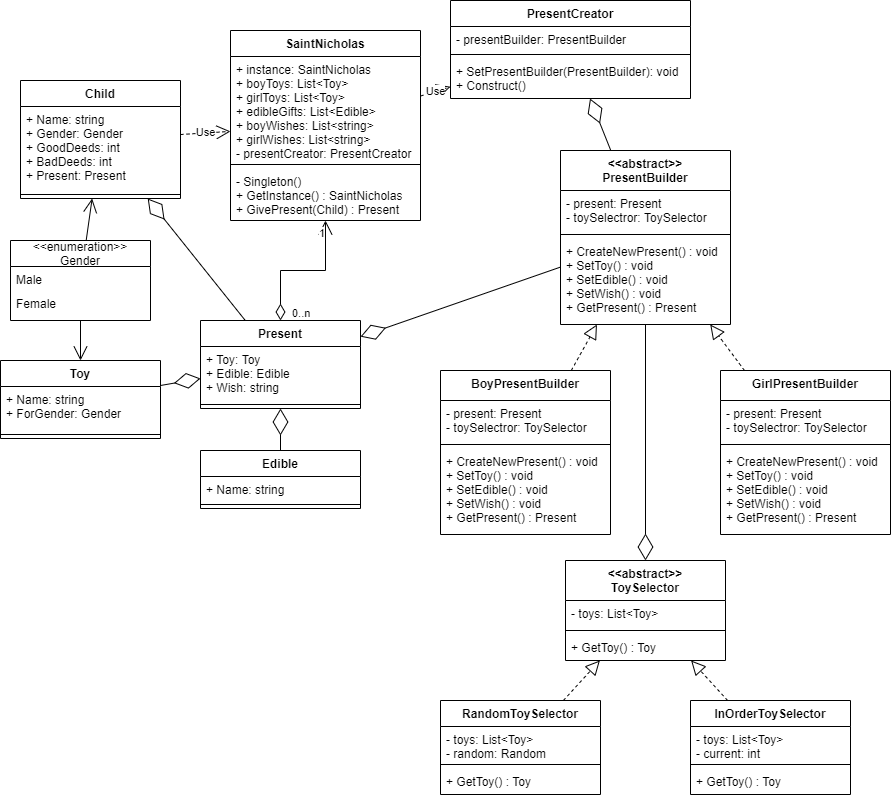
Before: diagram.png, a diagram exported from draw.io (Roman-Sykhyi/Software-Development-School-Task-11). Source tidied: cells renumbered, new cells last; positions are measured from the earlier drawing's top-left corner, leaving out a move shared by most shapes. Its diagram source:
```xml
<mxGraphModel>
  <root>
    <mxCell id="0" />
    <mxCell id="1" parent="0" />
    <mxCell id="2" value="SaintNicholas" style="swimlane;fontStyle=1;align=center;verticalAlign=top;horizontal=1;startSize=26;" parent="1" vertex="1">
      <mxGeometry x="230" y="30" width="190" height="190" as="geometry" />
    </mxCell>
    <mxCell id="3" value="+ instance: SaintNicholas&#10;+ boyToys: List&lt;Toy&gt;&#10;+ girlToys: List&lt;Toy&gt;&#10;+ edibleGifts: List&lt;Edible&gt;&#10;+ boyWishes: List&lt;string&gt;&#10;+ girlWishes: List&lt;string&gt;&#10;- presentCreator: PresentCreator" style="text;strokeColor=none;fillColor=none;align=left;verticalAlign=top;spacingLeft=4;spacingRight=4;overflow=hidden;" parent="2" vertex="1">
      <mxGeometry y="26" width="190" height="104" as="geometry" />
    </mxCell>
    <mxCell id="4" style="line;strokeWidth=1;fillColor=none;align=left;verticalAlign=middle;spacingTop=-1;spacingLeft=3;spacingRight=3;labelPosition=right;" parent="2" vertex="1">
      <mxGeometry y="130" width="190" height="8" as="geometry" />
    </mxCell>
    <mxCell id="5" value="- Singleton()&#10;+ GetInstance() : SaintNicholas&#10;+ GivePresent(Child) : Present" style="text;strokeColor=none;fillColor=none;align=left;verticalAlign=top;spacingLeft=4;spacingRight=4;overflow=hidden;" parent="2" vertex="1">
      <mxGeometry y="138" width="190" height="52" as="geometry" />
    </mxCell>
    <mxCell id="6" value="Child" style="swimlane;fontStyle=1;align=center;verticalAlign=top;horizontal=1;startSize=26;" parent="1" vertex="1">
      <mxGeometry x="20" y="80" width="160" height="118" as="geometry" />
    </mxCell>
    <mxCell id="7" value="+ Name: string&#10;+ Gender: Gender&#10;+ GoodDeeds: int&#10;+ BadDeeds: int&#10;+ Present: Present" style="text;strokeColor=none;fillColor=none;align=left;verticalAlign=top;spacingLeft=4;spacingRight=4;overflow=hidden;" parent="6" vertex="1">
      <mxGeometry y="26" width="160" height="84" as="geometry" />
    </mxCell>
    <mxCell id="8" style="line;strokeWidth=1;fillColor=none;align=left;verticalAlign=middle;spacingTop=-1;spacingLeft=3;spacingRight=3;labelPosition=right;" parent="6" vertex="1">
      <mxGeometry y="110" width="160" height="8" as="geometry" />
    </mxCell>
    <mxCell id="9" value="&lt;&lt;enumeration&gt;&gt;&#10;Gender" style="swimlane;fontStyle=0;horizontal=1;startSize=26;fillColor=none;" parent="1" vertex="1">
      <mxGeometry x="10" y="240" width="140" height="80" as="geometry" />
    </mxCell>
    <mxCell id="10" value="Male" style="text;strokeColor=none;fillColor=none;align=left;verticalAlign=top;spacingLeft=4;spacingRight=4;overflow=hidden;" parent="9" vertex="1">
      <mxGeometry y="26" width="140" height="24" as="geometry" />
    </mxCell>
    <mxCell id="11" value="Female" style="text;strokeColor=none;fillColor=none;align=left;verticalAlign=top;spacingLeft=4;spacingRight=4;overflow=hidden;" parent="9" vertex="1">
      <mxGeometry y="50" width="140" height="30" as="geometry" />
    </mxCell>
    <mxCell id="12" value="Present" style="swimlane;fontStyle=1;align=center;verticalAlign=top;horizontal=1;startSize=26;" parent="1" vertex="1">
      <mxGeometry x="200" y="320" width="160" height="88" as="geometry" />
    </mxCell>
    <mxCell id="13" value="+ Toy: Toy&#10;+ Edible: Edible&#10;+ Wish: string" style="text;strokeColor=none;fillColor=none;align=left;verticalAlign=top;spacingLeft=4;spacingRight=4;overflow=hidden;" parent="12" vertex="1">
      <mxGeometry y="26" width="160" height="54" as="geometry" />
    </mxCell>
    <mxCell id="14" style="line;strokeWidth=1;fillColor=none;align=left;verticalAlign=middle;spacingTop=-1;spacingLeft=3;spacingRight=3;labelPosition=right;" parent="12" vertex="1">
      <mxGeometry y="80" width="160" height="8" as="geometry" />
    </mxCell>
    <mxCell id="15" value="Toy" style="swimlane;fontStyle=1;align=center;verticalAlign=top;horizontal=1;startSize=26;" parent="1" vertex="1">
      <mxGeometry y="360" width="160" height="78" as="geometry" />
    </mxCell>
    <mxCell id="16" value="+ Name: string&#10;+ ForGender: Gender" style="text;strokeColor=none;fillColor=none;align=left;verticalAlign=top;spacingLeft=4;spacingRight=4;overflow=hidden;" parent="15" vertex="1">
      <mxGeometry y="26" width="160" height="44" as="geometry" />
    </mxCell>
    <mxCell id="17" style="line;strokeWidth=1;fillColor=none;align=left;verticalAlign=middle;spacingTop=-1;spacingLeft=3;spacingRight=3;labelPosition=right;" parent="15" vertex="1">
      <mxGeometry y="70" width="160" height="8" as="geometry" />
    </mxCell>
    <mxCell id="18" value="Edible" style="swimlane;fontStyle=1;align=center;verticalAlign=top;horizontal=1;startSize=26;" parent="1" vertex="1">
      <mxGeometry x="200" y="450" width="160" height="58" as="geometry" />
    </mxCell>
    <mxCell id="19" value="+ Name: string" style="text;strokeColor=none;fillColor=none;align=left;verticalAlign=top;spacingLeft=4;spacingRight=4;overflow=hidden;" parent="18" vertex="1">
      <mxGeometry y="26" width="160" height="24" as="geometry" />
    </mxCell>
    <mxCell id="20" style="line;strokeWidth=1;fillColor=none;align=left;verticalAlign=middle;spacingTop=-1;spacingLeft=3;spacingRight=3;labelPosition=right;" parent="18" vertex="1">
      <mxGeometry y="50" width="160" height="8" as="geometry" />
    </mxCell>
    <mxCell id="21" value="&lt;&lt;abstract&gt;&gt;&#10;PresentBuilder" style="swimlane;fontStyle=1;align=center;verticalAlign=top;horizontal=1;startSize=40;" parent="1" vertex="1">
      <mxGeometry x="560" y="150" width="170" height="174" as="geometry" />
    </mxCell>
    <mxCell id="22" value="- present: Present&#10;- toySelectror: ToySelector" style="text;strokeColor=none;fillColor=none;align=left;verticalAlign=top;spacingLeft=4;spacingRight=4;overflow=hidden;" parent="21" vertex="1">
      <mxGeometry y="40" width="170" height="40" as="geometry" />
    </mxCell>
    <mxCell id="23" style="line;strokeWidth=1;fillColor=none;align=left;verticalAlign=middle;spacingTop=-1;spacingLeft=3;spacingRight=3;labelPosition=right;" parent="21" vertex="1">
      <mxGeometry y="80" width="170" height="8" as="geometry" />
    </mxCell>
    <mxCell id="24" value="+ CreateNewPresent() : void&#10;+ SetToy() : void&#10;+ SetEdible() : void&#10;+ SetWish() : void&#10;+ GetPresent() : Present" style="text;strokeColor=none;fillColor=none;align=left;verticalAlign=top;spacingLeft=4;spacingRight=4;overflow=hidden;" parent="21" vertex="1">
      <mxGeometry y="88" width="170" height="86" as="geometry" />
    </mxCell>
    <mxCell id="25" value="BoyPresentBuilder" style="swimlane;fontStyle=1;align=center;verticalAlign=top;horizontal=1;startSize=30;" parent="1" vertex="1">
      <mxGeometry x="440" y="370" width="170" height="164" as="geometry" />
    </mxCell>
    <mxCell id="26" value="- present: Present&#10;- toySelectror: ToySelector" style="text;strokeColor=none;fillColor=none;align=left;verticalAlign=top;spacingLeft=4;spacingRight=4;overflow=hidden;" parent="25" vertex="1">
      <mxGeometry y="30" width="170" height="40" as="geometry" />
    </mxCell>
    <mxCell id="27" style="line;strokeWidth=1;fillColor=none;align=left;verticalAlign=middle;spacingTop=-1;spacingLeft=3;spacingRight=3;labelPosition=right;" parent="25" vertex="1">
      <mxGeometry y="70" width="170" height="8" as="geometry" />
    </mxCell>
    <mxCell id="28" value="+ CreateNewPresent() : void&#10;+ SetToy() : void&#10;+ SetEdible() : void&#10;+ SetWish() : void&#10;+ GetPresent() : Present" style="text;strokeColor=none;fillColor=none;align=left;verticalAlign=top;spacingLeft=4;spacingRight=4;overflow=hidden;" parent="25" vertex="1">
      <mxGeometry y="78" width="170" height="86" as="geometry" />
    </mxCell>
    <mxCell id="29" value="GirlPresentBuilder" style="swimlane;fontStyle=1;align=center;verticalAlign=top;horizontal=1;startSize=30;" parent="1" vertex="1">
      <mxGeometry x="720" y="370" width="170" height="164" as="geometry" />
    </mxCell>
    <mxCell id="30" value="- present: Present&#10;- toySelectror: ToySelector" style="text;strokeColor=none;fillColor=none;align=left;verticalAlign=top;spacingLeft=4;spacingRight=4;overflow=hidden;" parent="29" vertex="1">
      <mxGeometry y="30" width="170" height="40" as="geometry" />
    </mxCell>
    <mxCell id="31" style="line;strokeWidth=1;fillColor=none;align=left;verticalAlign=middle;spacingTop=-1;spacingLeft=3;spacingRight=3;labelPosition=right;" parent="29" vertex="1">
      <mxGeometry y="70" width="170" height="8" as="geometry" />
    </mxCell>
    <mxCell id="32" value="+ CreateNewPresent() : void&#10;+ SetToy() : void&#10;+ SetEdible() : void&#10;+ SetWish() : void&#10;+ GetPresent() : Present" style="text;strokeColor=none;fillColor=none;align=left;verticalAlign=top;spacingLeft=4;spacingRight=4;overflow=hidden;" parent="29" vertex="1">
      <mxGeometry y="78" width="170" height="86" as="geometry" />
    </mxCell>
    <mxCell id="33" value="PresentCreator" style="swimlane;fontStyle=1;align=center;verticalAlign=top;horizontal=1;startSize=26;" parent="1" vertex="1">
      <mxGeometry x="450" width="240" height="98" as="geometry" />
    </mxCell>
    <mxCell id="34" value="- presentBuilder: PresentBuilder" style="text;strokeColor=none;fillColor=none;align=left;verticalAlign=top;spacingLeft=4;spacingRight=4;overflow=hidden;" parent="33" vertex="1">
      <mxGeometry y="26" width="240" height="24" as="geometry" />
    </mxCell>
    <mxCell id="35" style="line;strokeWidth=1;fillColor=none;align=left;verticalAlign=middle;spacingTop=-1;spacingLeft=3;spacingRight=3;labelPosition=right;" parent="33" vertex="1">
      <mxGeometry y="50" width="240" height="8" as="geometry" />
    </mxCell>
    <mxCell id="36" value="+ SetPresentBuilder(PresentBuilder): void&#10;+ Construct()" style="text;strokeColor=none;fillColor=none;align=left;verticalAlign=top;spacingLeft=4;spacingRight=4;overflow=hidden;" parent="33" vertex="1">
      <mxGeometry y="58" width="240" height="40" as="geometry" />
    </mxCell>
    <mxCell id="37" value="&lt;&lt;abstract&gt;&gt;&#10;ToySelector" style="swimlane;fontStyle=1;align=center;verticalAlign=top;horizontal=1;startSize=40;" parent="1" vertex="1">
      <mxGeometry x="565" y="560" width="160" height="100" as="geometry" />
    </mxCell>
    <mxCell id="38" value="- toys: List&lt;Toy&gt;" style="text;strokeColor=none;fillColor=none;align=left;verticalAlign=top;spacingLeft=4;spacingRight=4;overflow=hidden;" parent="37" vertex="1">
      <mxGeometry y="40" width="160" height="26" as="geometry" />
    </mxCell>
    <mxCell id="39" style="line;strokeWidth=1;fillColor=none;align=left;verticalAlign=middle;spacingTop=-1;spacingLeft=3;spacingRight=3;labelPosition=right;" parent="37" vertex="1">
      <mxGeometry y="66" width="160" height="8" as="geometry" />
    </mxCell>
    <mxCell id="40" value="+ GetToy() : Toy" style="text;strokeColor=none;fillColor=none;align=left;verticalAlign=top;spacingLeft=4;spacingRight=4;overflow=hidden;" parent="37" vertex="1">
      <mxGeometry y="74" width="160" height="26" as="geometry" />
    </mxCell>
    <mxCell id="41" value="RandomToySelector" style="swimlane;fontStyle=1;align=center;verticalAlign=top;horizontal=1;startSize=26;" parent="1" vertex="1">
      <mxGeometry x="440" y="700" width="160" height="94" as="geometry" />
    </mxCell>
    <mxCell id="42" value="- toys: List&lt;Toy&gt;&#10;- random: Random" style="text;strokeColor=none;fillColor=none;align=left;verticalAlign=top;spacingLeft=4;spacingRight=4;overflow=hidden;" parent="41" vertex="1">
      <mxGeometry y="26" width="160" height="34" as="geometry" />
    </mxCell>
    <mxCell id="43" style="line;strokeWidth=1;fillColor=none;align=left;verticalAlign=middle;spacingTop=-1;spacingLeft=3;spacingRight=3;labelPosition=right;" parent="41" vertex="1">
      <mxGeometry y="60" width="160" height="8" as="geometry" />
    </mxCell>
    <mxCell id="44" value="+ GetToy() : Toy" style="text;strokeColor=none;fillColor=none;align=left;verticalAlign=top;spacingLeft=4;spacingRight=4;overflow=hidden;" parent="41" vertex="1">
      <mxGeometry y="68" width="160" height="26" as="geometry" />
    </mxCell>
    <mxCell id="45" value="InOrderToySelector" style="swimlane;fontStyle=1;align=center;verticalAlign=top;horizontal=1;startSize=26;" parent="1" vertex="1">
      <mxGeometry x="690" y="700" width="160" height="94" as="geometry" />
    </mxCell>
    <mxCell id="46" value="- toys: List&lt;Toy&gt;&#10;- current: int" style="text;strokeColor=none;fillColor=none;align=left;verticalAlign=top;spacingLeft=4;spacingRight=4;overflow=hidden;" parent="45" vertex="1">
      <mxGeometry y="26" width="160" height="34" as="geometry" />
    </mxCell>
    <mxCell id="47" style="line;strokeWidth=1;fillColor=none;align=left;verticalAlign=middle;spacingTop=-1;spacingLeft=3;spacingRight=3;labelPosition=right;" parent="45" vertex="1">
      <mxGeometry y="60" width="160" height="8" as="geometry" />
    </mxCell>
    <mxCell id="48" value="+ GetToy() : Toy" style="text;strokeColor=none;fillColor=none;align=left;verticalAlign=top;spacingLeft=4;spacingRight=4;overflow=hidden;" parent="45" vertex="1">
      <mxGeometry y="68" width="160" height="26" as="geometry" />
    </mxCell>
    <mxCell id="49" style="endArrow=diamondThin;endFill=0;endSize=24;html=1;rounded=0;" parent="1" edge="1" source="12" target="6">
      <mxGeometry relative="1" as="geometry" />
    </mxCell>
    <mxCell id="50" style="endArrow=diamondThin;endFill=0;endSize=24;html=1;rounded=0;" parent="1" edge="1" source="18" target="12">
      <mxGeometry relative="1" as="geometry" />
    </mxCell>
    <mxCell id="51" style="endArrow=diamondThin;endFill=0;endSize=24;html=1;rounded=0;" parent="1" edge="1" source="15" target="12">
      <mxGeometry relative="1" as="geometry" />
    </mxCell>
    <mxCell id="52" style="endArrow=block;dashed=1;endFill=0;endSize=12;html=1;rounded=0;" parent="1" edge="1" source="45" target="37">
      <mxGeometry relative="1" as="geometry" />
    </mxCell>
    <mxCell id="53" style="endArrow=block;dashed=1;endFill=0;endSize=12;html=1;rounded=0;" parent="1" edge="1" source="41" target="37">
      <mxGeometry relative="1" as="geometry" />
    </mxCell>
    <mxCell id="54" style="endArrow=block;dashed=1;endFill=0;endSize=12;html=1;rounded=0;" parent="1" edge="1" source="25" target="21">
      <mxGeometry relative="1" as="geometry" />
    </mxCell>
    <mxCell id="55" style="endArrow=block;dashed=1;endFill=0;endSize=12;html=1;rounded=0;" parent="1" edge="1" source="29" target="21">
      <mxGeometry relative="1" as="geometry" />
    </mxCell>
    <mxCell id="56" style="endArrow=diamondThin;endFill=0;endSize=24;html=1;rounded=0;" parent="1" edge="1" source="21" target="33">
      <mxGeometry relative="1" as="geometry" />
    </mxCell>
    <mxCell id="57" value="Use" style="endArrow=open;endSize=12;dashed=1;html=1;rounded=0;" parent="1" edge="1" source="6" target="2">
      <mxGeometry relative="1" as="geometry" />
    </mxCell>
    <mxCell id="58" style="endArrow=open;html=1;endSize=12;startArrow=diamondThin;startSize=14;startFill=0;edgeStyle=orthogonalEdgeStyle;rounded=0;" parent="1" edge="1" source="12" target="2">
      <mxGeometry relative="1" as="geometry" />
    </mxCell>
    <mxCell id="59" value="0..n" style="edgeLabel;html=1;align=left;verticalAlign=top;" parent="58" vertex="1">
      <mxGeometry x="-1" relative="1" as="geometry">
        <mxPoint x="10" y="-20" as="offset" />
      </mxGeometry>
    </mxCell>
    <mxCell id="60" value="1" style="edgeLabel;html=1;align=right;verticalAlign=top;" parent="58" vertex="1">
      <mxGeometry x="1" relative="1" as="geometry" />
    </mxCell>
    <mxCell id="61" value="Use" style="endArrow=open;endSize=12;dashed=1;html=1;rounded=0;" parent="1" edge="1" source="2" target="33">
      <mxGeometry relative="1" as="geometry" />
    </mxCell>
    <mxCell id="62" style="endArrow=diamondThin;endFill=0;endSize=24;html=1;rounded=0;" parent="1" edge="1" source="21" target="37">
      <mxGeometry relative="1" as="geometry" />
    </mxCell>
    <mxCell id="63" style="endArrow=diamondThin;endFill=0;endSize=24;html=1;rounded=0;" parent="1" edge="1" source="21" target="12">
      <mxGeometry relative="1" as="geometry" />
    </mxCell>
    <mxCell id="64" style="endArrow=open;endFill=1;endSize=12;html=1;rounded=0;" parent="1" edge="1" source="9" target="6">
      <mxGeometry relative="1" as="geometry" />
    </mxCell>
    <mxCell id="65" style="endArrow=open;endFill=1;endSize=12;html=1;rounded=0;" parent="1" edge="1" source="9" target="15">
      <mxGeometry relative="1" as="geometry" />
    </mxCell>
  </root>
</mxGraphModel>
```
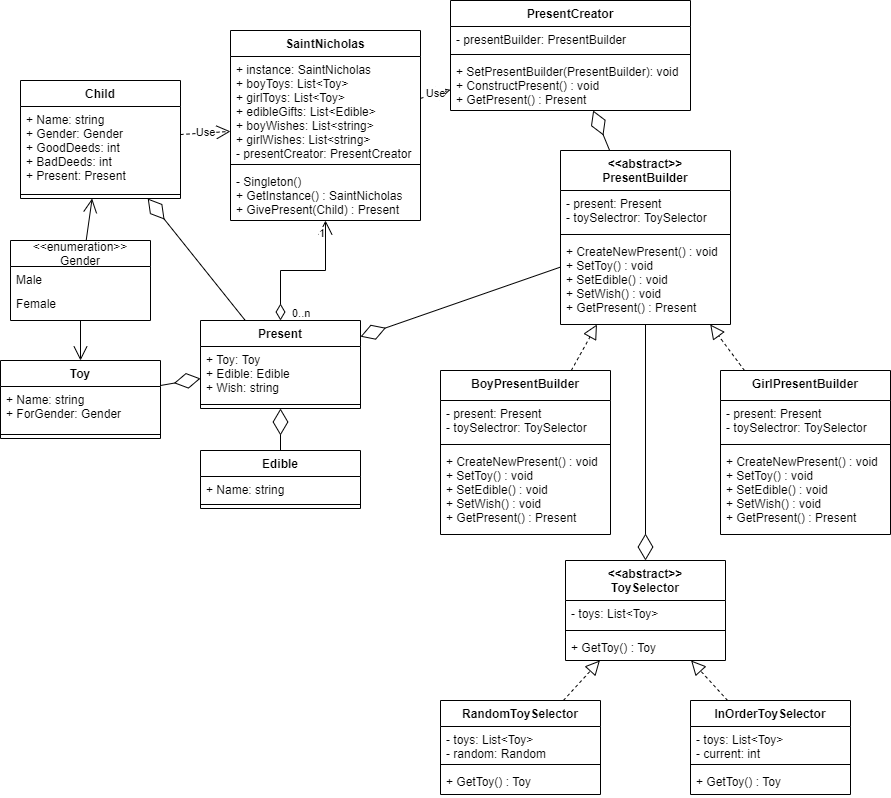
The same file after the commit.

The edit, as a diff of the source:
```diff
@@ -96,7 +96,7 @@
       <mxGeometry y="78" width="170" height="86" as="geometry" />
     </mxCell>
     <mxCell id="33" value="PresentCreator" style="swimlane;fontStyle=1;align=center;verticalAlign=top;horizontal=1;startSize=26;" parent="1" vertex="1">
-      <mxGeometry x="450" width="240" height="98" as="geometry" />
+      <mxGeometry x="450" width="240" height="110" as="geometry" />
     </mxCell>
     <mxCell id="34" value="- presentBuilder: PresentBuilder" style="text;strokeColor=none;fillColor=none;align=left;verticalAlign=top;spacingLeft=4;spacingRight=4;overflow=hidden;" parent="33" vertex="1">
       <mxGeometry y="26" width="240" height="24" as="geometry" />
@@ -104,8 +104,8 @@
     <mxCell id="35" style="line;strokeWidth=1;fillColor=none;align=left;verticalAlign=middle;spacingTop=-1;spacingLeft=3;spacingRight=3;labelPosition=right;" parent="33" vertex="1">
       <mxGeometry y="50" width="240" height="8" as="geometry" />
     </mxCell>
-    <mxCell id="36" value="+ SetPresentBuilder(PresentBuilder): void&#10;+ Construct()" style="text;strokeColor=none;fillColor=none;align=left;verticalAlign=top;spacingLeft=4;spacingRight=4;overflow=hidden;" parent="33" vertex="1">
-      <mxGeometry y="58" width="240" height="40" as="geometry" />
+    <mxCell id="36" value="+ SetPresentBuilder(PresentBuilder): void&#10;+ ConstructPresent() : void&#10;+ GetPresent() : Present" style="text;strokeColor=none;fillColor=none;align=left;verticalAlign=top;spacingLeft=4;spacingRight=4;overflow=hidden;" parent="33" vertex="1">
+      <mxGeometry y="58" width="240" height="52" as="geometry" />
     </mxCell>
     <mxCell id="37" value="&lt;&lt;abstract&gt;&gt;&#10;ToySelector" style="swimlane;fontStyle=1;align=center;verticalAlign=top;horizontal=1;startSize=40;" parent="1" vertex="1">
       <mxGeometry x="565" y="560" width="160" height="100" as="geometry" />
```
